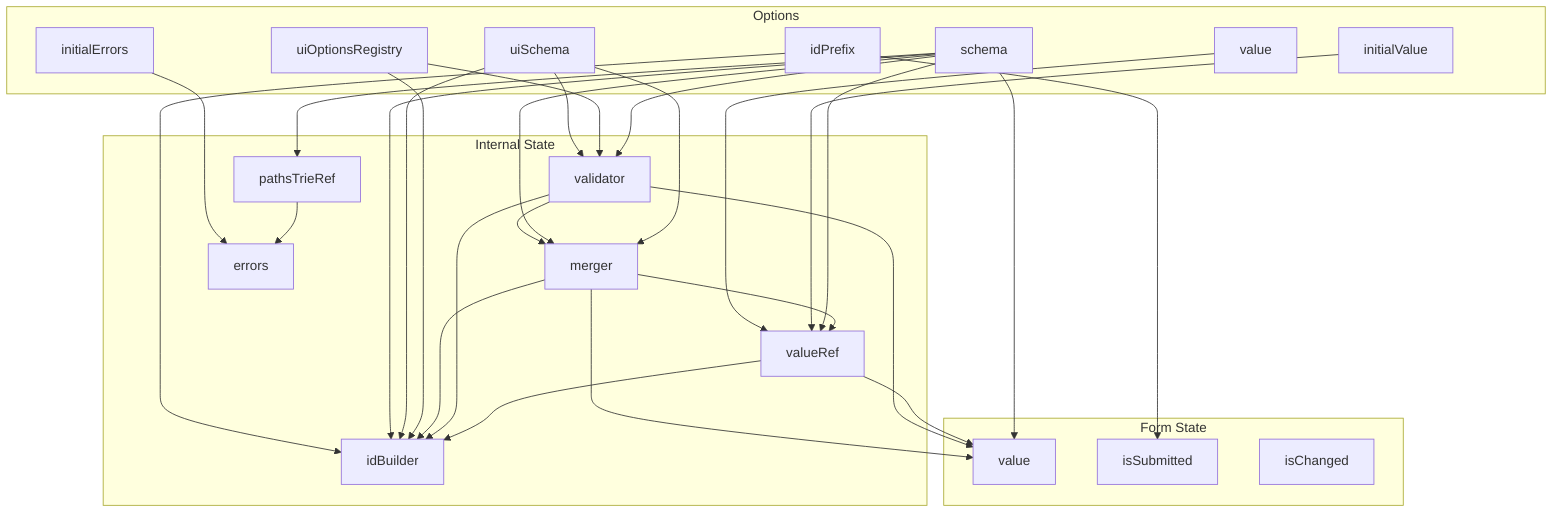
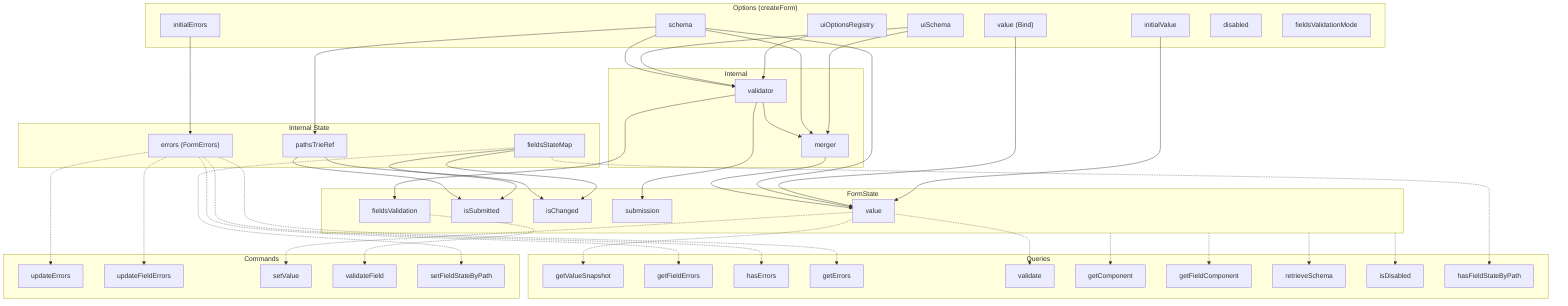
flowchart TD
-   subgraph Options["Options"]
+   subgraph Options["Options (createForm)"]
    schema["schema"]
    uiSchema["uiSchema"]
-     idPrefix["idPrefix"]
    uiOptionsRegistry["uiOptionsRegistry"]
    initialValue["initialValue"]
-     value["value"]
+     value["value (Bind)"]
    initialErrors["initialErrors"]
+     disabled["disabled"]
+     fieldsValidationMode["fieldsValidationMode"]
  end
-   subgraph Internal["Internal State"]
-     pathsTrieRef["pathsTrieRef"]
+ 
+   subgraph Internal["Internal"]
    validator["validator"]
    merger["merger"]
-     valueRef["valueRef"]
-     idBuilder["idBuilder"]
-     errors["errors"]
  end
-   subgraph Form["Form State"]
+ 
+   subgraph InternalState["Internal State"]
+     pathsTrieRef["pathsTrieRef"]
+     fieldsStateMap["fieldsStateMap"]
+     errors["errors (FormErrors)"]
+   end
+ 
+   subgraph FormState["FormState"]
    formValue["value"]
    formIsSubmitted["isSubmitted"]
    formIsChanged["isChanged"]
+     submission["submission"]
+     fieldsValidation["fieldsValidation"]
  end

-   schema --> pathsTrieRef
+   subgraph Queries["Queries"]
+     getValueSnapshot["getValueSnapshot"]
+     getFieldErrors["getFieldErrors"]
+     hasErrors["hasErrors"]
+     getErrors["getErrors"]
+     validate["validate"]
+     getComponent["getComponent"]
+     getFieldComponent["getFieldComponent"]
+     retrieveSchema["retrieveSchema"]
+     isDisabled["isDisabled"]
+     hasFieldStateByPath["hasFieldStateByPath"]
+   end
+ 
+   subgraph Commands["Commands"]
+     updateErrors["updateErrors"]
+     updateFieldErrors["updateFieldErrors"]
+     setValue["setValue"]
+     validateField["validateField"]
+     setFieldStateByPath["setFieldStateByPath"]
+   end
+ 
+   schema --> validator
  uiSchema --> validator
  uiOptionsRegistry --> validator
-   schema --> validator
  validator --> merger
  schema --> merger
  uiSchema --> merger
-   value --> valueRef
-   initialValue --> valueRef
-   schema --> valueRef
-   merger --> valueRef
-   idPrefix --> idBuilder
-   schema --> idBuilder
-   uiSchema --> idBuilder
-   uiOptionsRegistry --> idBuilder
-   merger --> idBuilder
-   validator --> idBuilder
-   valueRef --> idBuilder
-   initialErrors --> errors
-   pathsTrieRef --> errors
+ 
+   schema --> pathsTrieRef
+ 
  merger --> formValue
  schema --> formValue
-   validator --> formValue
-   valueRef --> formValue
-   idPrefix --> formIsSubmitted+   value --> formValue
+   initialValue --> formValue
+ 
+   pathsTrieRef --> formIsSubmitted
+   pathsTrieRef --> formIsChanged
+   fieldsStateMap --> formIsSubmitted
+   fieldsStateMap --> formIsChanged
+ 
+   validator --> submission
+   validator --> fieldsValidation
+ 
+   initialErrors --> errors
+ 
+   formValue -.-> getValueSnapshot
+   errors -.-> getFieldErrors
+   errors -.-> hasErrors
+   errors -.-> getErrors
+   formValue -.-> validate
+   FormState -.-> getComponent
+   FormState -.-> getFieldComponent
+   FormState -.-> retrieveSchema
+   FormState -.-> isDisabled
+   fieldsStateMap -.-> hasFieldStateByPath
+ 
+   errors -.-> updateErrors
+   errors -.-> updateFieldErrors
+   formValue -.-> setValue
+   fieldsValidation -.-> validateField
+   fieldsStateMap -.-> setFieldStateByPath
